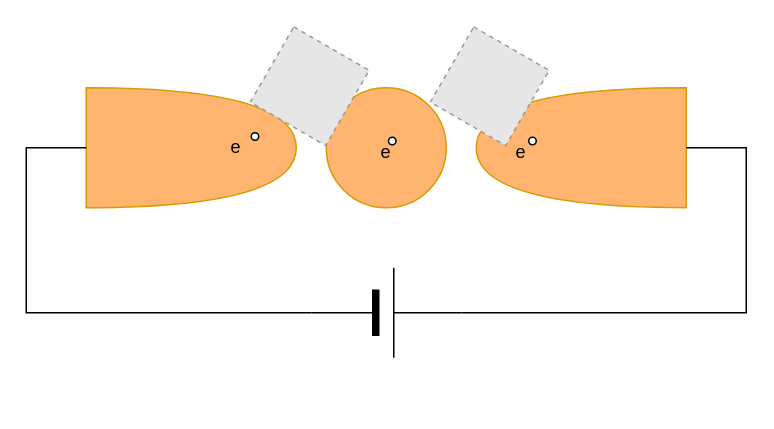
Above: Untitled Diagram.drawio in ChirantanGanguly/single-electron-transistor (draw.io), before the change. Source tidied: cells renumbered, new cells numbered last; positions are measured from the earlier drawing's top-left corner, leaving out a move shared by most shapes. Both pictures are drawn from the tidied source at 150%, with x=0, y=0 at pixel (26, 42). Pictures stored in the file or linked from it are replaced by grey dashed boxes.
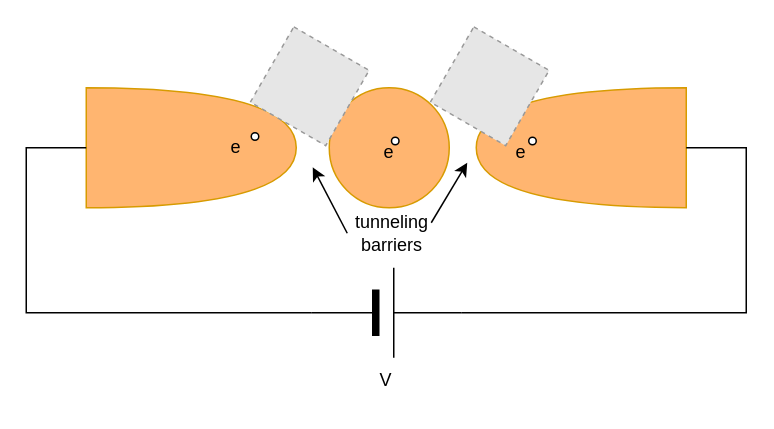
After the change.

Diff of the diagram source:
```diff
@@
     <mxCell id="3" style="ellipse;whiteSpace=wrap;html=1;fillColor=#FFB570;strokeColor=#d79b00;" parent="1" vertex="1">
-      <mxGeometry x="200" y="30" width="80" height="80" as="geometry" />
+      <mxGeometry x="202" y="30" width="80" height="80" as="geometry" />
     </mxCell>
@@
     <mxCell id="11" value="e" style="text;html=1;strokeColor=none;fillColor=none;align=center;verticalAlign=middle;whiteSpace=wrap;rounded=0;" parent="1" vertex="1">
-      <mxGeometry x="210" y="58" width="60" height="30" as="geometry" />
+      <mxGeometry x="212" y="58" width="60" height="30" as="geometry" />
     </mxCell>
@@
     <mxCell id="14" style="ellipse;whiteSpace=wrap;html=1;" parent="1" vertex="1">
-      <mxGeometry x="241.5" y="63" width="5" height="5" as="geometry" />
+      <mxGeometry x="243.5" y="63" width="5" height="5" as="geometry" />
     </mxCell>
@@
+    <mxCell id="16" value="tunneling barriers" style="text;html=1;strokeColor=none;fillColor=none;align=center;verticalAlign=middle;whiteSpace=wrap;rounded=0;" parent="1" vertex="1">
+      <mxGeometry x="214" y="112" width="60" height="30" as="geometry" />
+    </mxCell>
+    <mxCell id="17" style="endArrow=classic;html=1;rounded=0;" parent="1" edge="1">
+      <mxGeometry relative="1" as="geometry">
+        <mxPoint x="270" y="120" as="sourcePoint" />
+        <mxPoint x="294" y="80" as="targetPoint" />
+      </mxGeometry>
+    </mxCell>
+    <mxCell id="18" style="endArrow=classic;html=1;rounded=0;exitX=0;exitY=0.5;exitDx=0;exitDy=0;" parent="1" edge="1" source="16">
+      <mxGeometry relative="1" as="geometry">
+        <mxPoint x="191" y="83" as="targetPoint" />
+      </mxGeometry>
+    </mxCell>
+    <mxCell id="19" value="V" style="text;html=1;strokeColor=none;fillColor=none;align=center;verticalAlign=middle;whiteSpace=wrap;rounded=0;" parent="1" vertex="1">
+      <mxGeometry x="210" y="210" width="60" height="30" as="geometry" />
+    </mxCell>
```
